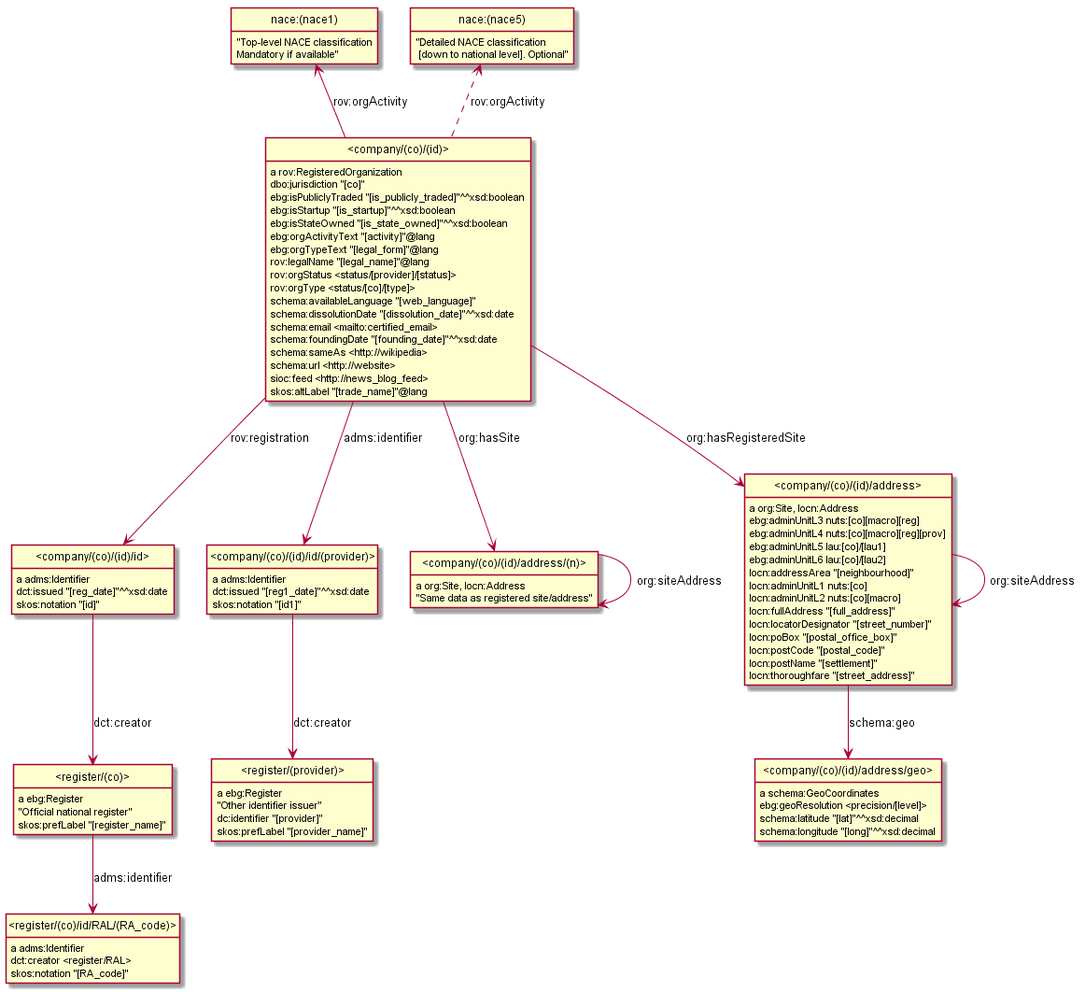
euBusinessGraph/eubg-data keeps this PlantUML diagram as model/company.png. Above is the earlier version.
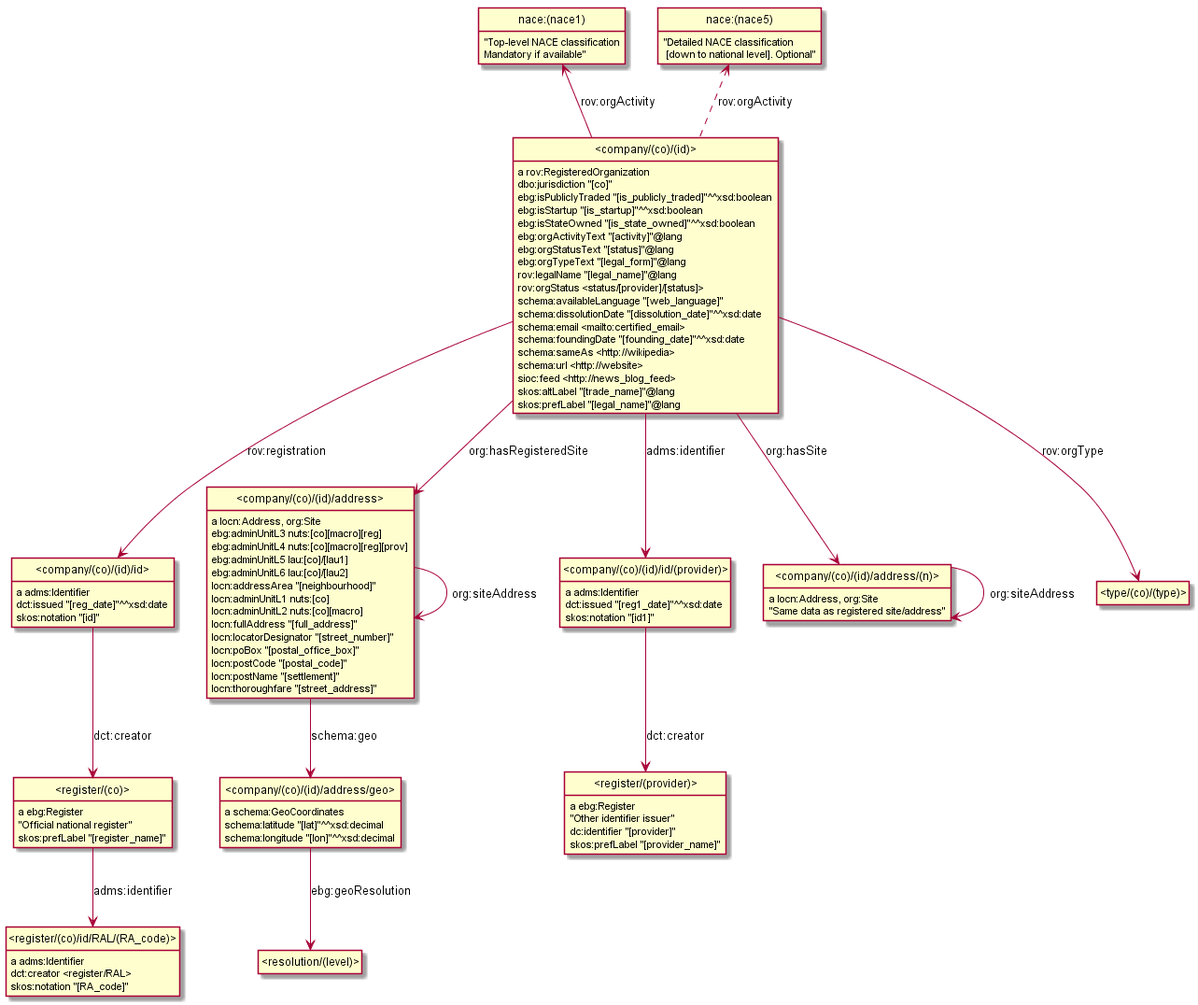
After the change.

Commit message:
- add draft shapes (shex, shacl, shaclc) - fix rov:orgType <type...> - fix ebg:geoResolution <resolution...> - add ebg:orgStatusText

Diff of the diagram source:
```diff
@@ -3,52 +3,31 @@
 hide empty attributes
 hide circle
 skinparam classAttributeIconSize 0
-class _register_co_ as "<register/(co)>"
-_register_co_ : a ebg:Register
-class _register_co_id_RAL_RA_code_ as "<register/(co)/id/RAL/(RA_code)>"
-_register_co_ --> _register_co_id_RAL_RA_code_ : adms:identifier
-_register_co_ :  "Official national register"
-_register_co_ : skos:prefLabel "[register_name]"
-class _company_co_id_id_ as "<company/(co)/(id)/id>"
-_company_co_id_id_ : a adms:Identifier
-_company_co_id_id_ --> _register_co_ : dct:creator
-_company_co_id_id_ : dct:issued "[reg_date]"^^xsd:date
-_company_co_id_id_ : skos:notation "[id]"
-class nace_nace1_ as "nace:(nace1)"
-nace_nace1_ :  "Top-level NACE classification\nMandatory if available"
-class _company_co_id_id_provider_ as "<company/(co)/(id)/id/(provider)>"
-_company_co_id_id_provider_ : a adms:Identifier
-class _register_provider_ as "<register/(provider)>"
-_company_co_id_id_provider_ --> _register_provider_ : dct:creator
-_company_co_id_id_provider_ : dct:issued "[reg1_date]"^^xsd:date
-_company_co_id_id_provider_ : skos:notation "[id1]"
-_register_co_id_RAL_RA_code_ : a adms:Identifier
-_register_co_id_RAL_RA_code_ : dct:creator <register/RAL>
-_register_co_id_RAL_RA_code_ : skos:notation "[RA_code]"
-_register_provider_ : a ebg:Register
-_register_provider_ :  "Other identifier issuer"
-_register_provider_ : dc:identifier "[provider]"
-_register_provider_ : skos:prefLabel "[provider_name]"
 class _company_co_id_ as "<company/(co)/(id)>"
 _company_co_id_ : a rov:RegisteredOrganization
-class _company_co_id_address_n_ as "<company/(co)/(id)/address/(n)>"
-_company_co_id_ --> _company_co_id_address_n_ : org:hasSite
+class _company_co_id_id_ as "<company/(co)/(id)/id>"
 _company_co_id_ --> _company_co_id_id_ : rov:registration
 class _company_co_id_address_ as "<company/(co)/(id)/address>"
 _company_co_id_ --> _company_co_id_address_ : org:hasRegisteredSite
+class _company_co_id_id_provider_ as "<company/(co)/(id)/id/(provider)>"
+_company_co_id_ --> _company_co_id_id_provider_ : adms:identifier
 class nace_nace5_ as "nace:(nace5)"
 _company_co_id_ .up.> nace_nace5_ : rov:orgActivity
-_company_co_id_ --> _company_co_id_id_provider_ : adms:identifier
+class _company_co_id_address_n_ as "<company/(co)/(id)/address/(n)>"
+_company_co_id_ --> _company_co_id_address_n_ : org:hasSite
+class nace_nace1_ as "nace:(nace1)"
 _company_co_id_ -up-> nace_nace1_ : rov:orgActivity
+class _type_co_type_ as "<type/(co)/(type)>"
+_company_co_id_ --> _type_co_type_ : rov:orgType
 _company_co_id_ : dbo:jurisdiction "[co]"
 _company_co_id_ : ebg:isPubliclyTraded "[is_publicly_traded]"^^xsd:boolean
 _company_co_id_ : ebg:isStartup "[is_startup]"^^xsd:boolean
 _company_co_id_ : ebg:isStateOwned "[is_state_owned]"^^xsd:boolean
 _company_co_id_ : ebg:orgActivityText "[activity]"@lang
+_company_co_id_ : ebg:orgStatusText "[status]"@lang
 _company_co_id_ : ebg:orgTypeText "[legal_form]"@lang
 _company_co_id_ : rov:legalName "[legal_name]"@lang
 _company_co_id_ : rov:orgStatus <status/[provider]/[status]>
-_company_co_id_ : rov:orgType <status/[co]/[type]>
 _company_co_id_ : schema:availableLanguage "[web_language]"
 _company_co_id_ : schema:dissolutionDate "[dissolution_date]"^^xsd:date
 _company_co_id_ : schema:email <mailto:certified_email>
@@ -57,18 +36,43 @@
 _company_co_id_ : schema:url <http://website>
 _company_co_id_ : sioc:feed <http://news_blog_feed>
 _company_co_id_ : skos:altLabel "[trade_name]"@lang
-_company_co_id_address_n_ : a org:Site, locn:Address
+_company_co_id_ : skos:prefLabel "[legal_name]"@lang
+class _register_co_ as "<register/(co)>"
+_register_co_ : a ebg:Register
+class _register_co_id_RAL_RA_code_ as "<register/(co)/id/RAL/(RA_code)>"
+_register_co_ --> _register_co_id_RAL_RA_code_ : adms:identifier
+_register_co_ :  "Official national register"
+_register_co_ : skos:prefLabel "[register_name]"
+class _register_provider_ as "<register/(provider)>"
+_register_provider_ : a ebg:Register
+_register_provider_ :  "Other identifier issuer"
+_register_provider_ : dc:identifier "[provider]"
+_register_provider_ : skos:prefLabel "[provider_name]"
+nace_nace1_ :  "Top-level NACE classification\nMandatory if available"
+_company_co_id_address_n_ : a locn:Address, org:Site
 _company_co_id_address_n_ --> _company_co_id_address_n_ : org:siteAddress
 _company_co_id_address_n_ :  "Same data as registered site/address"
+_register_co_id_RAL_RA_code_ : a adms:Identifier
+_register_co_id_RAL_RA_code_ : dct:creator <register/RAL>
+_register_co_id_RAL_RA_code_ : skos:notation "[RA_code]"
+nace_nace5_ :  "Detailed NACE classification\n [down to national level]. Optional"
+_company_co_id_id_provider_ : a adms:Identifier
+_company_co_id_id_provider_ --> _register_provider_ : dct:creator
+_company_co_id_id_provider_ : dct:issued "[reg1_date]"^^xsd:date
+_company_co_id_id_provider_ : skos:notation "[id1]"
 class _company_co_id_address_geo_ as "<company/(co)/(id)/address/geo>"
 _company_co_id_address_geo_ : a schema:GeoCoordinates
-_company_co_id_address_geo_ : ebg:geoResolution <precision/[level]>
+class _resolution_level_ as "<resolution/(level)>"
+_company_co_id_address_geo_ --> _resolution_level_ : ebg:geoResolution
 _company_co_id_address_geo_ : schema:latitude "[lat]"^^xsd:decimal
-_company_co_id_address_geo_ : schema:longitude "[long]"^^xsd:decimal
-nace_nace5_ :  "Detailed NACE classification\n [down to national level]. Optional"
-_company_co_id_address_ : a org:Site, locn:Address
+_company_co_id_address_geo_ : schema:longitude "[lon]"^^xsd:decimal
+_company_co_id_id_ : a adms:Identifier
+_company_co_id_id_ --> _register_co_ : dct:creator
+_company_co_id_id_ : dct:issued "[reg_date]"^^xsd:date
+_company_co_id_id_ : skos:notation "[id]"
+_company_co_id_address_ : a locn:Address, org:Site
+_company_co_id_address_ --> _company_co_id_address_geo_ : schema:geo
 _company_co_id_address_ --> _company_co_id_address_ : org:siteAddress
-_company_co_id_address_ --> _company_co_id_address_geo_ : schema:geo
 _company_co_id_address_ : ebg:adminUnitL3 nuts:[co][macro][reg]
 _company_co_id_address_ : ebg:adminUnitL4 nuts:[co][macro][reg][prov]
 _company_co_id_address_ : ebg:adminUnitL5 lau:[co]/[lau1]
```
